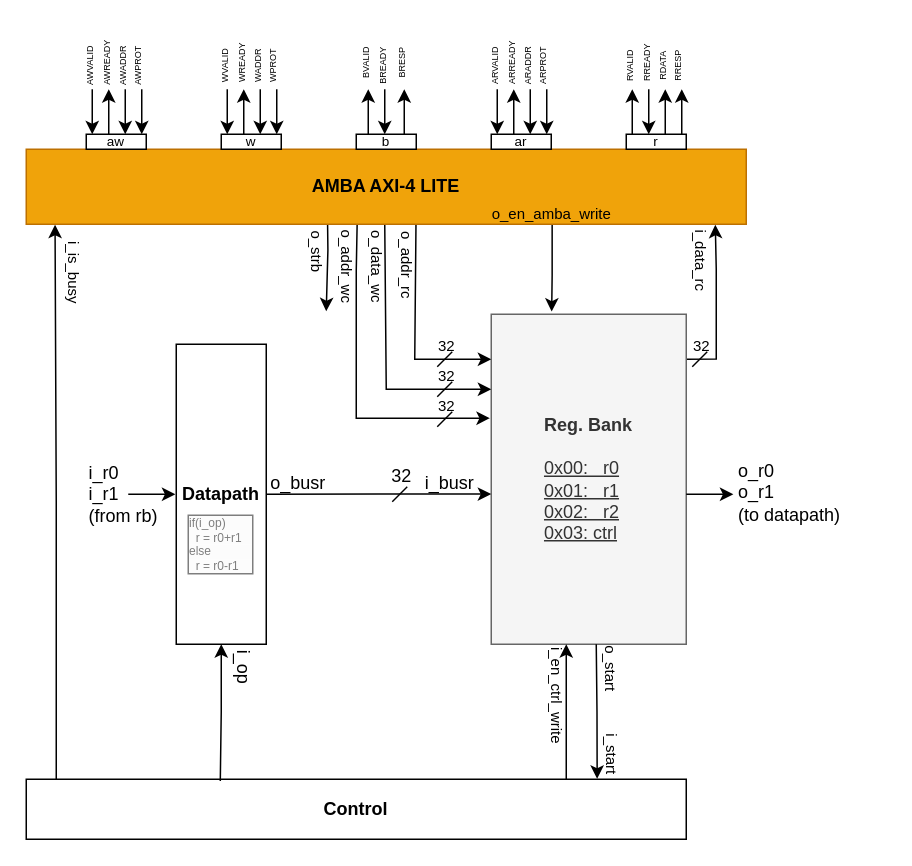
Above: docs/svlog-adder-amba.drawio in gvillanovanm/svlog-adder-amba (draw.io), before the change. Source tidied: cells renumbered, new cells numbered last; positions are measured from the earlier drawing's top-left corner, leaving out a move shared by most shapes. Both pictures are drawn from the tidied source at 150%, with x=0, y=0 at pixel (21, 48).
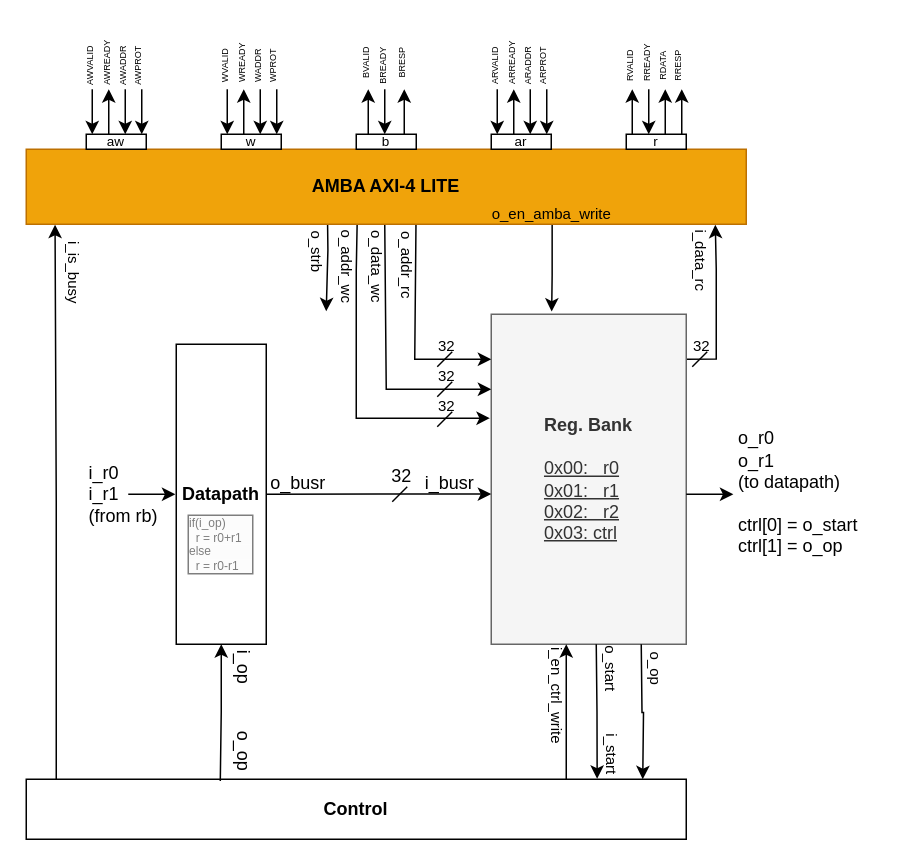
Above is the later version.

Commit message (it also covers changes not shown here):
feat(adder): first version of adder-amba IP

What changed in the source:
```diff
@@
-    <mxCell id="38" value="o_r0&lt;br&gt;o_r1&lt;br&gt;(to datapath)" style="text;html=1;align=left;verticalAlign=middle;strokeColor=none;fillColor=none;" parent="1" vertex="1">
-      <mxGeometry x="476" y="266" width="90" height="60" as="geometry" />
+    <mxCell id="38" value="o_r0&lt;br&gt;o_r1&lt;br&gt;(to datapath)&lt;br&gt;&lt;br&gt;ctrl[0] = o_start&lt;br&gt;ctrl[1] = o_op" style="text;html=1;align=left;verticalAlign=middle;strokeColor=none;fillColor=none;" parent="1" vertex="1">
+      <mxGeometry x="476" y="246" width="100" height="100" as="geometry" />
     </mxCell>
@@
+    <mxCell id="88" style="edgeStyle=orthogonalEdgeStyle;rounded=0;orthogonalLoop=1;jettySize=auto;html=1;entryX=0.865;entryY=-0.007;entryDx=0;entryDy=0;entryPerimeter=0;" parent="1" edge="1">
+      <mxGeometry relative="1" as="geometry">
+        <mxPoint x="413" y="397" as="sourcePoint" />
+        <mxPoint x="414" y="487" as="targetPoint" />
+      </mxGeometry>
+    </mxCell>
+    <mxCell id="89" value="o_op" style="text;html=1;align=center;verticalAlign=middle;strokeColor=none;fillColor=none;rotation=90;fontSize=10;" parent="1" vertex="1">
+      <mxGeometry x="398" y="398" width="50" height="30" as="geometry" />
+    </mxCell>
+    <mxCell id="90" value="o_op" style="text;html=1;align=center;verticalAlign=middle;strokeColor=none;fillColor=none;rotation=90;" parent="1" vertex="1">
+      <mxGeometry x="123" y="453" width="50" height="30" as="geometry" />
+    </mxCell>
```
